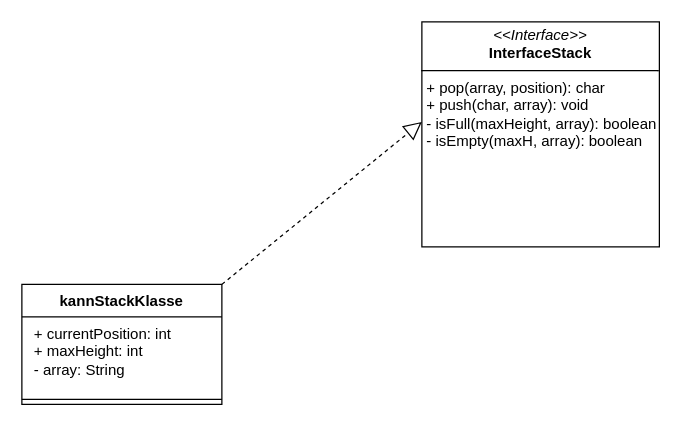
Above: week2/Stack.drawio in fabian-stettler/AD_Uebungen_HSLU (draw.io), before the change. Source tidied: cells renumbered, new cells numbered last; positions are measured from the earlier drawing's top-left corner, leaving out a move shared by most shapes. Both pictures are drawn from the tidied source at 125%, with x=0, y=0 at pixel (21, 21).
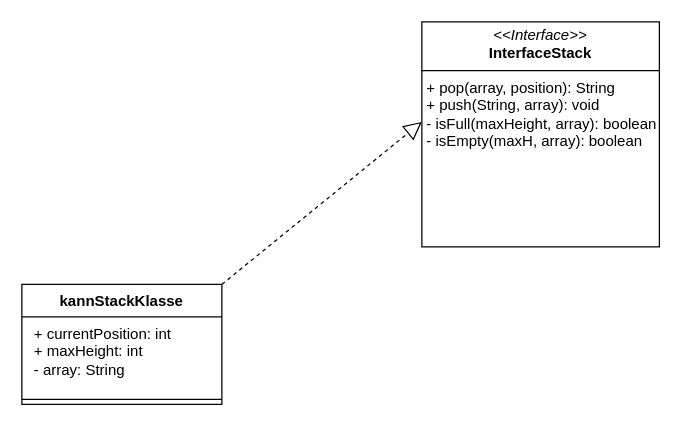
After the change.

Change to the diagram source:
```diff
@@
 <mxGraphModel>
   <root>
     <mxCell id="0" />
     <mxCell id="1" parent="0" />
     <mxCell id="2" value="kannStackKlasse" style="swimlane;fontStyle=1;align=center;verticalAlign=top;horizontal=1;startSize=26;whiteSpace=wrap;html=1;" parent="1" vertex="1">
       <mxGeometry y="210" width="160" height="96" as="geometry" />
     </mxCell>
     <mxCell id="3" value="&lt;p style=&quot;margin: 0px 0px 0px 4px;&quot;&gt;+ currentPosition: int&lt;br&gt;+ maxHeight: int&lt;/p&gt;&lt;p style=&quot;margin: 0px 0px 0px 4px;&quot;&gt;- array: String&lt;/p&gt;" style="text;strokeColor=none;fillColor=none;align=left;verticalAlign=top;spacingLeft=4;spacingRight=4;overflow=hidden;whiteSpace=wrap;html=1;" parent="2" vertex="1">
       <mxGeometry y="26" width="160" height="62" as="geometry" />
     </mxCell>
     <mxCell id="4" style="line;strokeWidth=1;fillColor=none;align=left;verticalAlign=middle;spacingTop=-1;spacingLeft=3;spacingRight=3;labelPosition=right;strokeColor=inherit;" parent="2" vertex="1">
       <mxGeometry y="88" width="160" height="8" as="geometry" />
     </mxCell>
-    <mxCell id="5" value="&lt;p style=&quot;margin:0px;margin-top:4px;text-align:center;&quot;&gt;&lt;i&gt;&amp;lt;&amp;lt;Interface&amp;gt;&amp;gt;&lt;/i&gt;&lt;br&gt;&lt;b&gt;InterfaceStack&lt;/b&gt;&lt;/p&gt;&lt;hr size=&quot;1&quot; style=&quot;border-style:solid;&quot;&gt;&lt;p style=&quot;margin:0px;margin-left:4px;&quot;&gt;&lt;/p&gt;&lt;p style=&quot;margin:0px;margin-left:4px;&quot;&gt;+ pop(array, position): char&lt;br&gt;+ push(char, array): void&lt;/p&gt;&lt;p style=&quot;margin:0px;margin-left:4px;&quot;&gt;- isFull(maxHeight, array): boolean&lt;/p&gt;&lt;p style=&quot;margin:0px;margin-left:4px;&quot;&gt;- isEmpty(maxH, array): boolean&lt;/p&gt;&lt;p style=&quot;margin:0px;margin-left:4px;&quot;&gt;&lt;br&gt;&lt;/p&gt;" style="verticalAlign=top;align=left;overflow=fill;html=1;whiteSpace=wrap;" parent="1" vertex="1">
+    <mxCell id="5" value="&lt;p style=&quot;margin:0px;margin-top:4px;text-align:center;&quot;&gt;&lt;i&gt;&amp;lt;&amp;lt;Interface&amp;gt;&amp;gt;&lt;/i&gt;&lt;br&gt;&lt;b&gt;InterfaceStack&lt;/b&gt;&lt;/p&gt;&lt;hr size=&quot;1&quot; style=&quot;border-style:solid;&quot;&gt;&lt;p style=&quot;margin:0px;margin-left:4px;&quot;&gt;&lt;/p&gt;&lt;p style=&quot;margin:0px;margin-left:4px;&quot;&gt;+ pop(array, position): String&lt;br&gt;+ push(String, array): void&lt;/p&gt;&lt;p style=&quot;margin:0px;margin-left:4px;&quot;&gt;- isFull(maxHeight, array): boolean&lt;/p&gt;&lt;p style=&quot;margin:0px;margin-left:4px;&quot;&gt;- isEmpty(maxH, array): boolean&lt;/p&gt;&lt;p style=&quot;margin:0px;margin-left:4px;&quot;&gt;&lt;br&gt;&lt;/p&gt;" style="verticalAlign=top;align=left;overflow=fill;html=1;whiteSpace=wrap;" parent="1" vertex="1">
       <mxGeometry x="320" width="190" height="180" as="geometry" />
     </mxCell>
     <mxCell id="6" style="endArrow=block;dashed=1;endFill=0;endSize=12;html=1;rounded=0;" parent="1" edge="1">
       <mxGeometry relative="1" as="geometry">
         <mxPoint x="160" y="210" as="sourcePoint" />
         <mxPoint x="320" y="80" as="targetPoint" />
       </mxGeometry>
     </mxCell>
   </root>
 </mxGraphModel>
```
